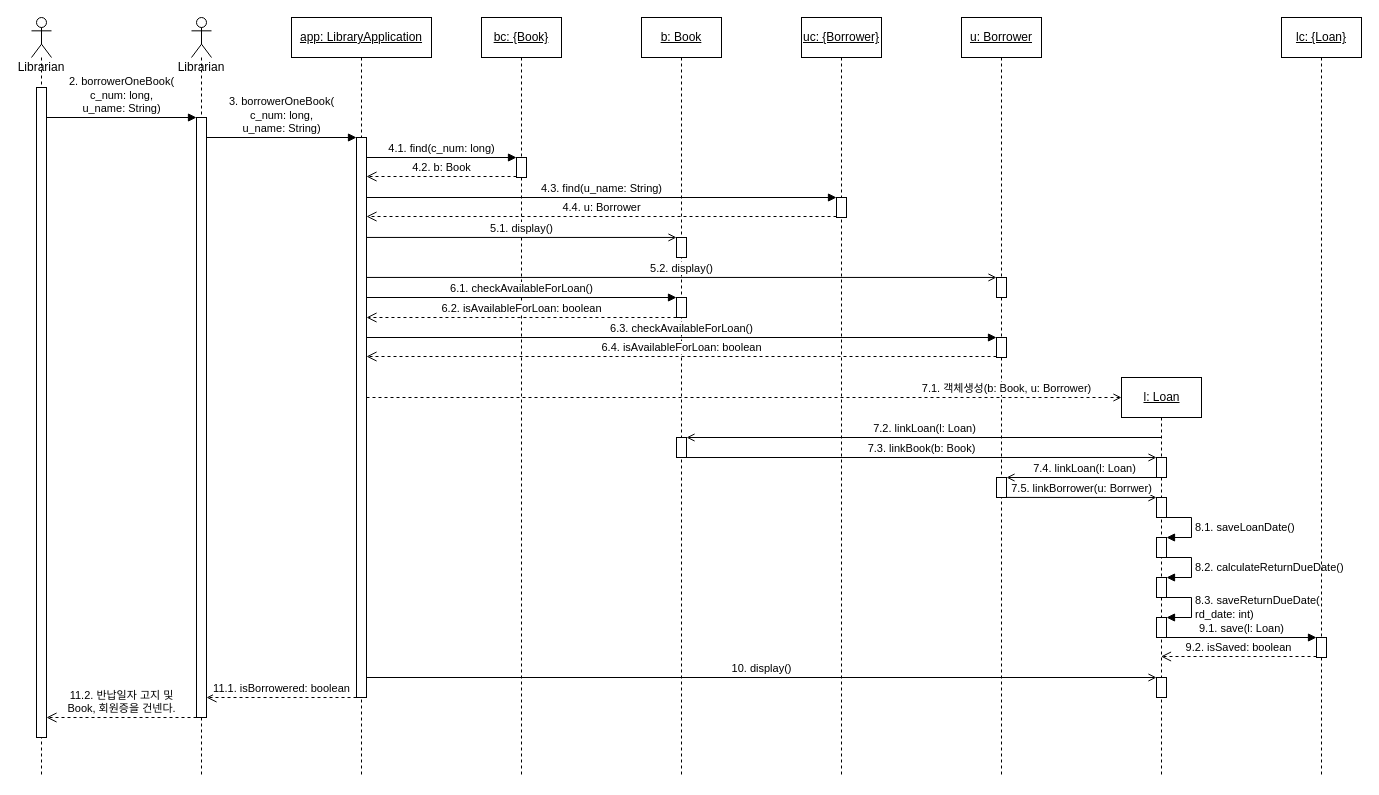
Above: UML/SD5 Borrow one book.drawio in Halozhan/2023-2-LibraryApplication (draw.io), before the change. Source tidied: cells renumbered, new cells numbered last; positions are measured from the earlier drawing's top-left corner, leaving out a move shared by most shapes. Both pictures are drawn from the tidied source at 100%, with x=0, y=0 at pixel (31, 17).
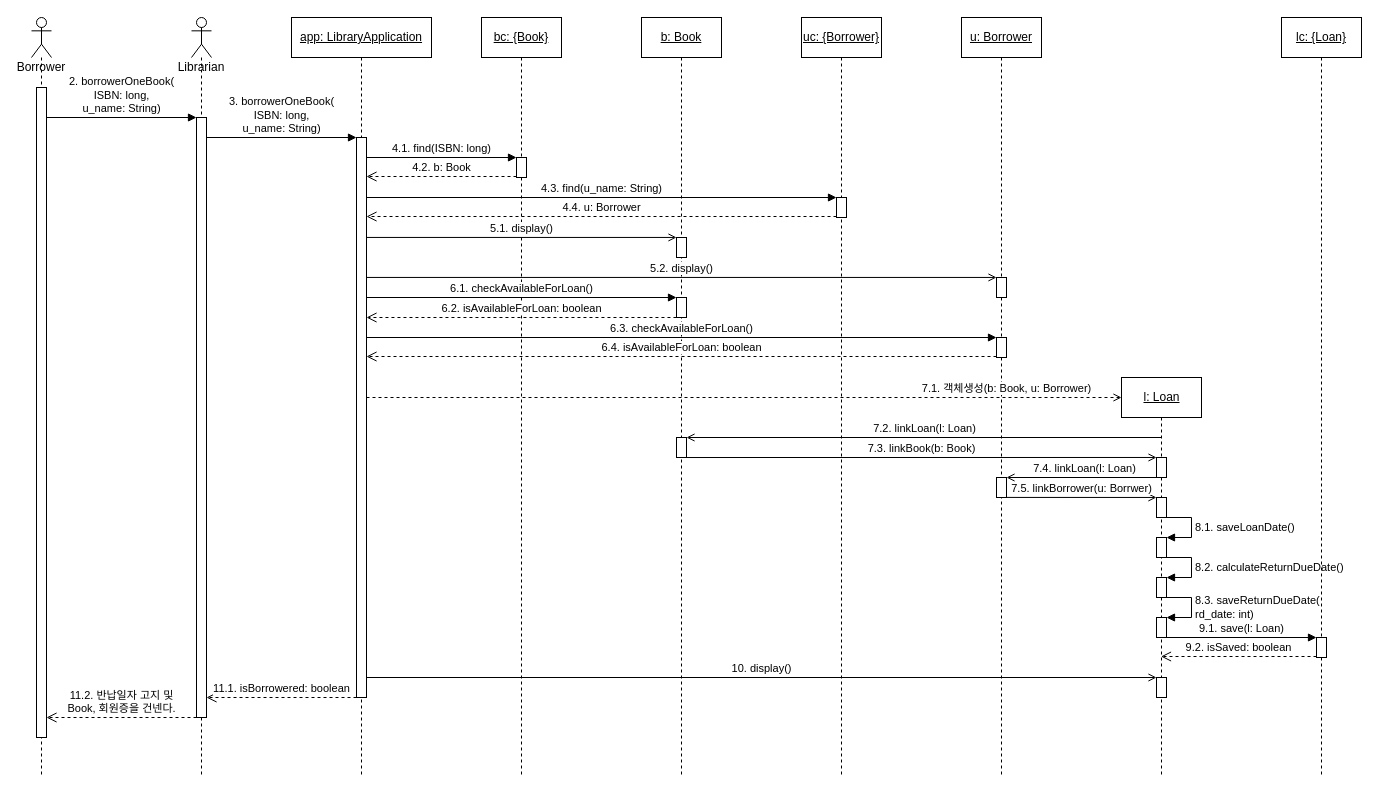
Above is the later version.

The change refers to these unchanged cells:
```xml
<mxCell id="4" style="html=1;points=[];perimeter=orthogonalPerimeter;" parent="2" vertex="1">
  <mxGeometry x="5" y="100" width="10" height="600" as="geometry" />
</mxCell>
<mxCell id="6" style="html=1;points=[];perimeter=orthogonalPerimeter;" parent="5" vertex="1">
  <mxGeometry x="65" y="120" width="10" height="560" as="geometry" />
</mxCell>
<mxCell id="8" style="html=1;points=[];perimeter=orthogonalPerimeter;" parent="7" vertex="1">
  <mxGeometry x="35" y="140" width="10" height="20" as="geometry" />
</mxCell>
<mxCell id="34" style="html=1;points=[];perimeter=orthogonalPerimeter;" parent="32" vertex="1">
  <mxGeometry x="5" y="70" width="10" height="650" as="geometry" />
</mxCell>
```

Change to the diagram source:
```diff
@@
-    <mxCell id="30" value="2. borrowerOneBook(&lt;br&gt;c_num: long,&lt;br&gt;u_name: String)" style="html=1;verticalAlign=bottom;endArrow=block;entryX=0;entryY=0;" parent="1" edge="1" source="34" target="4">
+    <mxCell id="30" value="2. borrowerOneBook(&lt;br&gt;ISBN: long,&lt;br&gt;u_name: String)" style="html=1;verticalAlign=bottom;endArrow=block;entryX=0;entryY=0;" parent="1" edge="1" source="34" target="4">
       <mxGeometry relative="1" as="geometry" />
     </mxCell>
@@
-    <mxCell id="32" value="Librarian&lt;br&gt;" style="shape=umlLifeline;participant=umlActor;perimeter=lifelinePerimeter;whiteSpace=wrap;html=1;verticalAlign=top;spacingTop=36;outlineConnect=0;" parent="1" vertex="1">
+    <mxCell id="32" value="Borrower" style="shape=umlLifeline;participant=umlActor;perimeter=lifelinePerimeter;whiteSpace=wrap;html=1;verticalAlign=top;spacingTop=36;outlineConnect=0;" parent="1" vertex="1">
       <mxGeometry width="20" height="760" as="geometry" />
     </mxCell>
@@
-    <mxCell id="35" value="3. borrowerOneBook(&lt;br&gt;c_num: long,&lt;br&gt;u_name: String)" style="html=1;verticalAlign=bottom;endArrow=block;entryX=0;entryY=0;" parent="1" edge="1" source="4" target="6">
+    <mxCell id="35" value="3. borrowerOneBook(&lt;br&gt;ISBN: long,&lt;br&gt;u_name: String)" style="html=1;verticalAlign=bottom;endArrow=block;entryX=0;entryY=0;" parent="1" edge="1" source="4" target="6">
       <mxGeometry relative="1" as="geometry" />
     </mxCell>
@@
-    <mxCell id="37" value="4.1. find(c_num: long)" style="html=1;verticalAlign=bottom;endArrow=block;entryX=0;entryY=0;" parent="1" edge="1" source="6" target="8">
+    <mxCell id="37" value="4.1. find(ISBN: long)" style="html=1;verticalAlign=bottom;endArrow=block;entryX=0;entryY=0;" parent="1" edge="1" source="6" target="8">
       <mxGeometry relative="1" as="geometry" />
     </mxCell>
```
